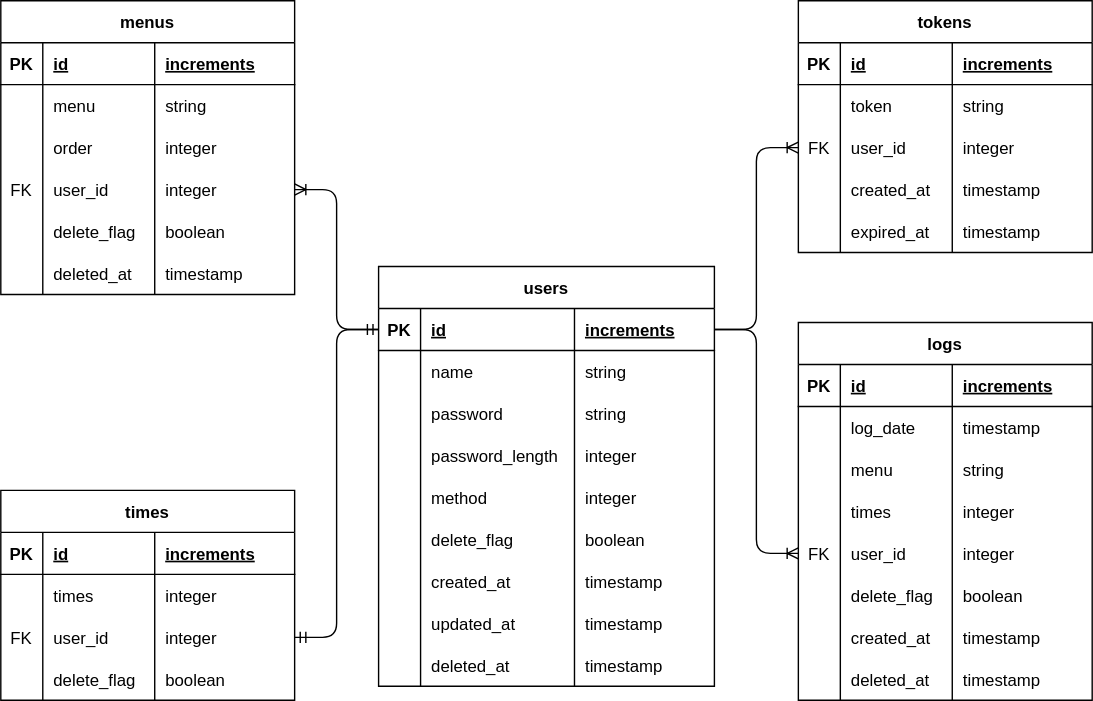
Before: database.svg, a diagram exported from draw.io (anti-paper/design). Source tidied: cells renumbered, new cells last; positions are measured from the earlier drawing's top-left corner, leaving out a move shared by most shapes.
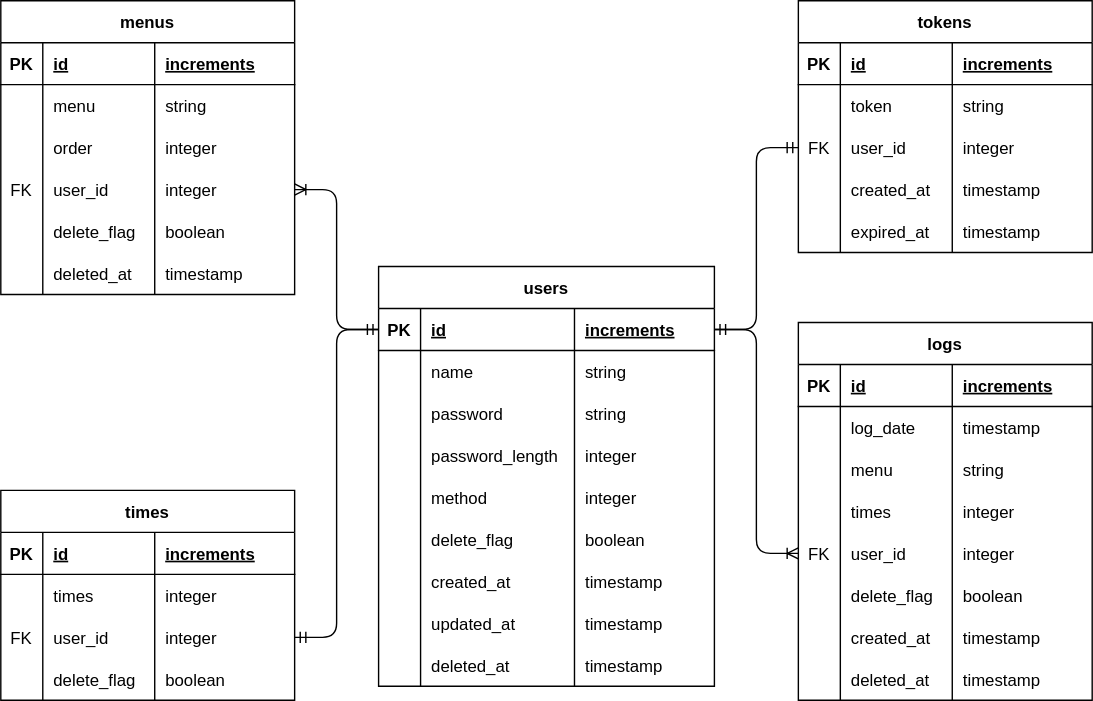
Later version of the same file.

Change to the diagram source:
```diff
@@ -176,9 +176,6 @@
     <mxCell id="59" value="timestamp" style="shape=partialRectangle;fillColor=none;top=0;left=0;bottom=0;right=0;align=left;spacingLeft=6;overflow=hidden;" parent="56" vertex="1">
       <mxGeometry x="110" width="100" height="30" as="geometry" />
     </mxCell>
-    <mxCell id="60" style="edgeStyle=entityRelationEdgeStyle;fontSize=12;html=1;endArrow=ERoneToMany;entryX=0;entryY=0.5;entryDx=0;entryDy=0;exitX=1;exitY=0.5;exitDx=0;exitDy=0;" parent="1" edge="1" source="3" target="48">
-      <mxGeometry relative="1" as="geometry" />
-    </mxCell>
     <mxCell id="61" value="logs" style="shape=table;startSize=30;rowLines=0;fontStyle=1;align=center;" parent="1" vertex="1">
       <mxGeometry x="570" y="230" width="210" height="270" as="geometry" />
     </mxCell>
@@ -413,5 +410,8 @@
     <mxCell id="138" style="edgeStyle=entityRelationEdgeStyle;fontSize=12;html=1;endArrow=ERmandOne;startArrow=ERmandOne;entryX=1;entryY=0.5;entryDx=0;entryDy=0;exitX=0;exitY=0.5;exitDx=0;exitDy=0;" parent="1" edge="1" source="3" target="130">
       <mxGeometry relative="1" as="geometry" />
     </mxCell>
+    <mxCell id="139" style="edgeStyle=entityRelationEdgeStyle;fontSize=12;html=1;endArrow=ERmandOne;startArrow=ERmandOne;entryX=1;entryY=0.5;entryDx=0;entryDy=0;exitX=0;exitY=0.5;exitDx=0;exitDy=0;" parent="1" edge="1" source="48" target="3">
+      <mxGeometry relative="1" as="geometry" />
+    </mxCell>
   </root>
 </mxGraphModel>
```
